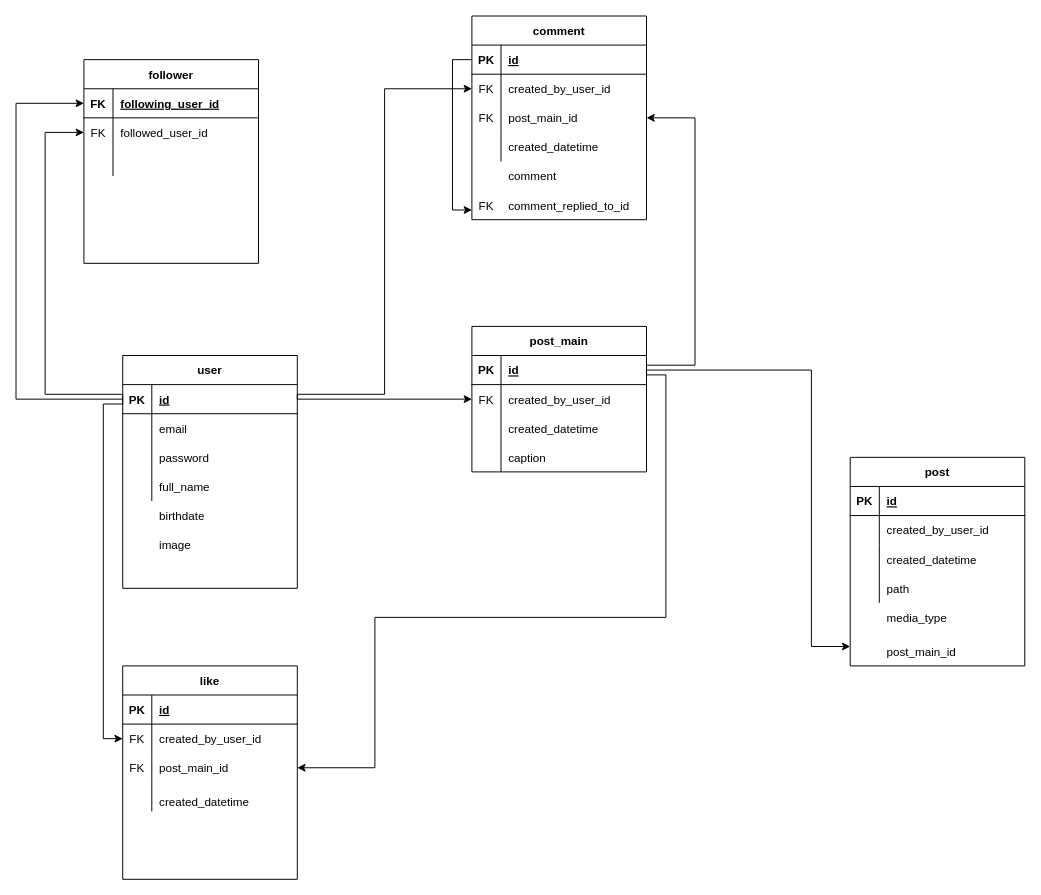
The draw.io diagram diagram.drawio in pok9/instargram, before the edit. Source tidied: cells renumbered, new cells numbered last; positions are measured from the earlier drawing's top-left corner, leaving out a move shared by most shapes. Both pictures are drawn from the tidied source at 97%, with x=0, y=0 at pixel (16, 16).
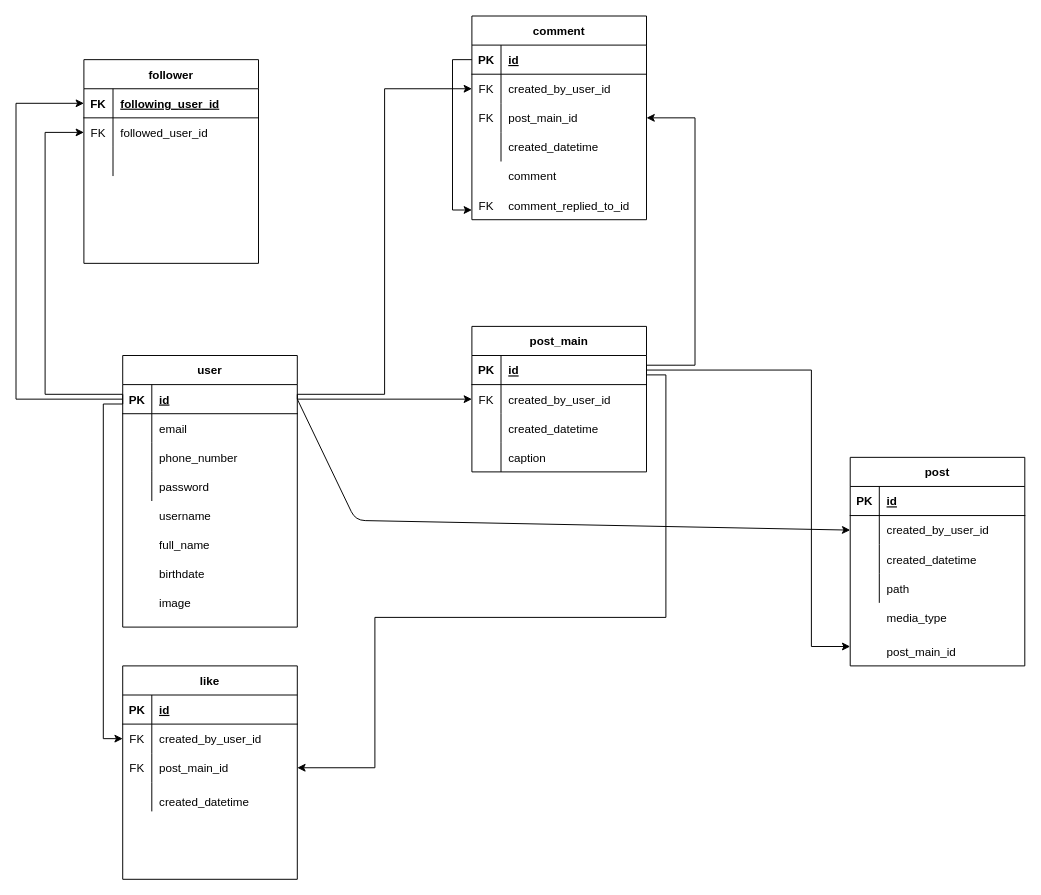
Above is the later version.

The change refers to these unchanged cells:
```xml
<mxCell id="3" style="shape=tableRow;horizontal=0;startSize=0;swimlaneHead=0;swimlaneBody=0;fillColor=none;points=[[0,0.5],[1,0.5]];portConstraint=eastwest;top=0;left=0;right=0;bottom=1;" parent="2" vertex="1">
  <mxGeometry y="30" width="180" height="30" as="geometry" />
</mxCell>
<mxCell id="9" style="shape=tableRow;horizontal=0;startSize=0;swimlaneHead=0;swimlaneBody=0;fillColor=none;top=0;left=0;right=0;bottom=0;" parent="2" vertex="1">
  <mxGeometry y="90" width="180" height="30" as="geometry" />
</mxCell>
<mxCell id="12" style="shape=tableRow;horizontal=0;startSize=0;swimlaneHead=0;swimlaneBody=0;fillColor=none;top=0;left=0;right=0;bottom=0;" parent="2" vertex="1">
  <mxGeometry y="120" width="180" height="30" as="geometry" />
</mxCell>
<mxCell id="34" style="shape=tableRow;horizontal=0;startSize=0;swimlaneHead=0;swimlaneBody=0;fillColor=none;points=[[0,0.5],[1,0.5]];portConstraint=eastwest;top=0;left=0;right=0;bottom=0;" parent="30" vertex="1">
  <mxGeometry y="60" width="180" height="30" as="geometry" />
</mxCell>
```

The edit, as a diff of the source:
```diff
@@
     <mxCell id="2" value="user" style="shape=table;startSize=30;childLayout=tableLayout;rowLines=0;fontStyle=1;align=center;" parent="1" vertex="1">
-      <mxGeometry x="110" y="350" width="180" height="240" as="geometry" />
+      <mxGeometry x="110" y="350" width="180" height="280" as="geometry" />
     </mxCell>
@@
-    <mxCell id="11" value="password" style="shape=partialRectangle;fillColor=none;top=0;left=0;bottom=0;right=0;align=left;spacingLeft=6;overflow=hidden;" parent="9" vertex="1">
+    <mxCell id="11" value="phone_number" style="shape=partialRectangle;fillColor=none;top=0;left=0;bottom=0;right=0;align=left;spacingLeft=6;overflow=hidden;" parent="9" vertex="1">
       <mxGeometry x="30" width="150" height="30" as="geometry" />
     </mxCell>
@@
-    <mxCell id="14" value="full_name" style="shape=partialRectangle;fillColor=none;top=0;left=0;bottom=0;right=0;align=left;spacingLeft=6;overflow=hidden;" parent="12" vertex="1">
+    <mxCell id="14" value="password" style="shape=partialRectangle;fillColor=none;top=0;left=0;bottom=0;right=0;align=left;spacingLeft=6;overflow=hidden;" parent="12" vertex="1">
       <mxGeometry x="30" width="150" height="30" as="geometry" />
     </mxCell>
@@
-    <mxCell id="28" value="birthdate" style="shape=partialRectangle;fillColor=none;top=0;left=0;bottom=0;right=0;align=left;spacingLeft=6;overflow=hidden;" parent="1" vertex="1">
+    <mxCell id="28" value="username" style="shape=partialRectangle;fillColor=none;top=0;left=0;bottom=0;right=0;align=left;spacingLeft=6;overflow=hidden;" parent="1" vertex="1">
       <mxGeometry x="140" y="500" width="150" height="30" as="geometry" />
     </mxCell>
-    <mxCell id="29" value="image" style="shape=partialRectangle;fillColor=none;top=0;left=0;bottom=0;right=0;align=left;spacingLeft=6;overflow=hidden;" parent="1" vertex="1">
+    <mxCell id="29" value="full_name" style="shape=partialRectangle;fillColor=none;top=0;left=0;bottom=0;right=0;align=left;spacingLeft=6;overflow=hidden;" parent="1" vertex="1">
       <mxGeometry x="140" y="530" width="150" height="30" as="geometry" />
     </mxCell>
@@
+    <mxCell id="94" value="birthdate" style="shape=partialRectangle;fillColor=none;top=0;left=0;bottom=0;right=0;align=left;spacingLeft=6;overflow=hidden;" parent="1" vertex="1">
+      <mxGeometry x="140" y="560" width="150" height="30" as="geometry" />
+    </mxCell>
+    <mxCell id="95" value="image" style="shape=partialRectangle;fillColor=none;top=0;left=0;bottom=0;right=0;align=left;spacingLeft=6;overflow=hidden;" parent="1" vertex="1">
+      <mxGeometry x="140" y="590" width="150" height="30" as="geometry" />
+    </mxCell>
+    <mxCell id="96" style="edgeStyle=none;html=1;exitX=1;exitY=0.5;exitDx=0;exitDy=0;entryX=0;entryY=0.5;entryDx=0;entryDy=0;" parent="1" edge="1" source="3" target="34">
+      <mxGeometry relative="1" as="geometry">
+        <Array as="points">
+          <mxPoint x="350" y="520" />
+        </Array>
+      </mxGeometry>
+    </mxCell>
```
